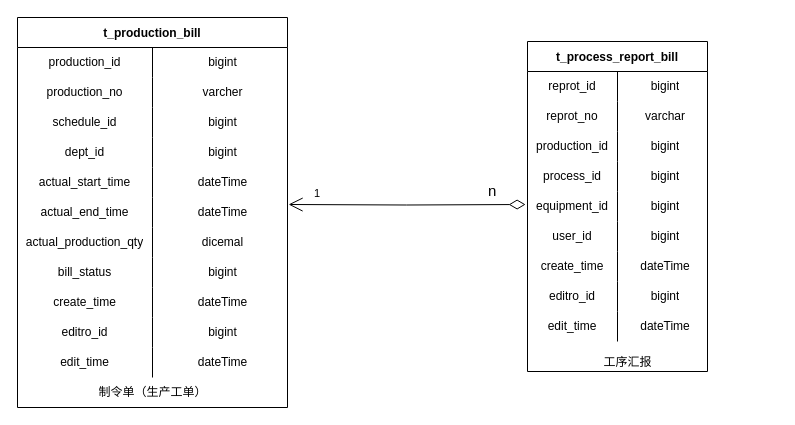
This is 制令单管理.drawio from KNAI-I/test, a draw.io file, before an edit. Source tidied: cells renumbered, new cells numbered last; positions are measured from the earlier drawing's top-left corner, leaving out a move shared by most shapes. Both pictures are drawn from the tidied source at 100%, with x=0, y=0 at pixel (17, 17).
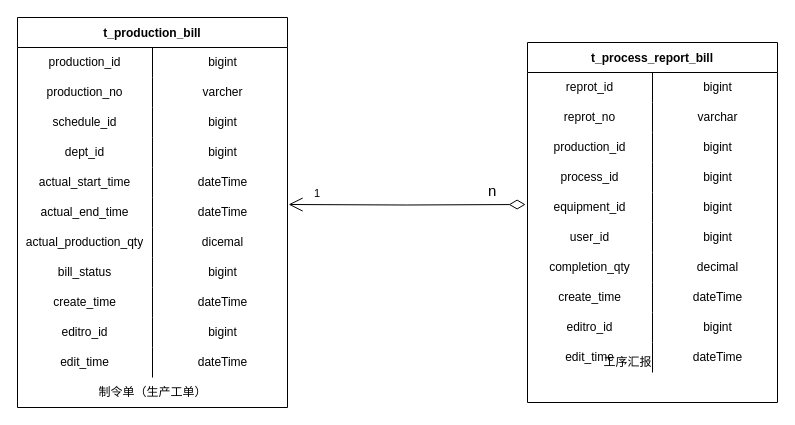
Above is the later version.

Commit message (it also covers changes not shown here):
更新制令单管理.drawio

Diff of the diagram source:
```diff
@@
     <mxCell id="40" value="t_process_report_bill" style="shape=table;startSize=30;childLayout=tableLayout;rowLines=0;fontStyle=1;" parent="1" vertex="1">
-      <mxGeometry x="510" y="24" width="180" height="330" as="geometry" />
+      <mxGeometry x="510" y="25" width="250" height="360" as="geometry" />
     </mxCell>
     <mxCell id="41" style="shape=tableRow;horizontal=0;startSize=0;swimlaneHead=0;swimlaneBody=0;top=0;left=0;bottom=0;right=0;fillColor=none;" parent="40" vertex="1">
-      <mxGeometry y="30" width="180" height="30" as="geometry" />
+      <mxGeometry y="30" width="250" height="30" as="geometry" />
     </mxCell>
     <mxCell id="42" value="reprot_id" style="shape=partialRectangle;html=1;whiteSpace=wrap;fillColor=none;top=0;left=0;bottom=0;right=0;overflow=hidden;" parent="41" vertex="1">
-      <mxGeometry width="90" height="30" as="geometry" />
+      <mxGeometry width="125" height="30" as="geometry" />
     </mxCell>
     <mxCell id="43" value="bigint" style="shape=partialRectangle;html=1;whiteSpace=wrap;fillColor=none;top=0;left=0;bottom=0;right=0;align=center;spacingLeft=6;overflow=hidden;" parent="41" vertex="1">
-      <mxGeometry x="90" width="90" height="30" as="geometry" />
+      <mxGeometry x="125" width="125" height="30" as="geometry" />
     </mxCell>
     <mxCell id="44" style="shape=tableRow;horizontal=0;startSize=0;swimlaneHead=0;swimlaneBody=0;top=0;left=0;bottom=0;right=0;fillColor=none;" parent="40" vertex="1">
-      <mxGeometry y="60" width="180" height="30" as="geometry" />
+      <mxGeometry y="60" width="250" height="30" as="geometry" />
     </mxCell>
     <mxCell id="45" value="reprot_no" style="shape=partialRectangle;html=1;whiteSpace=wrap;fillColor=none;top=0;left=0;bottom=0;right=0;overflow=hidden;" parent="44" vertex="1">
-      <mxGeometry width="90" height="30" as="geometry" />
+      <mxGeometry width="125" height="30" as="geometry" />
     </mxCell>
     <mxCell id="46" value="varchar" style="shape=partialRectangle;html=1;whiteSpace=wrap;fillColor=none;top=0;left=0;bottom=0;right=0;align=center;spacingLeft=6;overflow=hidden;" parent="44" vertex="1">
-      <mxGeometry x="90" width="90" height="30" as="geometry" />
+      <mxGeometry x="125" width="125" height="30" as="geometry" />
     </mxCell>
     <mxCell id="47" style="shape=tableRow;horizontal=0;startSize=0;swimlaneHead=0;swimlaneBody=0;top=0;left=0;bottom=0;right=0;fillColor=none;" parent="40" vertex="1">
-      <mxGeometry y="90" width="180" height="30" as="geometry" />
+      <mxGeometry y="90" width="250" height="30" as="geometry" />
     </mxCell>
     <mxCell id="48" value="production_id" style="shape=partialRectangle;html=1;whiteSpace=wrap;fillColor=none;top=0;left=0;bottom=0;right=0;overflow=hidden;" parent="47" vertex="1">
-      <mxGeometry width="90" height="30" as="geometry" />
+      <mxGeometry width="125" height="30" as="geometry" />
     </mxCell>
     <mxCell id="49" value="bigint" style="shape=partialRectangle;html=1;whiteSpace=wrap;fillColor=none;top=0;left=0;bottom=0;right=0;align=center;spacingLeft=6;overflow=hidden;" parent="47" vertex="1">
-      <mxGeometry x="90" width="90" height="30" as="geometry" />
+      <mxGeometry x="125" width="125" height="30" as="geometry" />
     </mxCell>
     <mxCell id="50" style="shape=tableRow;horizontal=0;startSize=0;swimlaneHead=0;swimlaneBody=0;top=0;left=0;bottom=0;right=0;fillColor=none;" parent="40" vertex="1">
-      <mxGeometry y="120" width="180" height="30" as="geometry" />
+      <mxGeometry y="120" width="250" height="30" as="geometry" />
     </mxCell>
     <mxCell id="51" value="process_id" style="shape=partialRectangle;html=1;whiteSpace=wrap;fillColor=none;top=0;left=0;bottom=0;right=0;overflow=hidden;" parent="50" vertex="1">
-      <mxGeometry width="90" height="30" as="geometry" />
+      <mxGeometry width="125" height="30" as="geometry" />
     </mxCell>
     <mxCell id="52" value="bigint" style="shape=partialRectangle;html=1;whiteSpace=wrap;fillColor=none;top=0;left=0;bottom=0;right=0;align=center;spacingLeft=6;overflow=hidden;" parent="50" vertex="1">
-      <mxGeometry x="90" width="90" height="30" as="geometry" />
+      <mxGeometry x="125" width="125" height="30" as="geometry" />
     </mxCell>
     <mxCell id="53" style="shape=tableRow;horizontal=0;startSize=0;swimlaneHead=0;swimlaneBody=0;top=0;left=0;bottom=0;right=0;fillColor=none;" parent="40" vertex="1">
-      <mxGeometry y="150" width="180" height="30" as="geometry" />
+      <mxGeometry y="150" width="250" height="30" as="geometry" />
     </mxCell>
     <mxCell id="54" value="equipment_id" style="shape=partialRectangle;html=1;whiteSpace=wrap;fillColor=none;top=0;left=0;bottom=0;right=0;overflow=hidden;" parent="53" vertex="1">
-      <mxGeometry width="90" height="30" as="geometry" />
+      <mxGeometry width="125" height="30" as="geometry" />
     </mxCell>
     <mxCell id="55" value="bigint" style="shape=partialRectangle;html=1;whiteSpace=wrap;fillColor=none;top=0;left=0;bottom=0;right=0;align=center;spacingLeft=6;overflow=hidden;" parent="53" vertex="1">
-      <mxGeometry x="90" width="90" height="30" as="geometry" />
+      <mxGeometry x="125" width="125" height="30" as="geometry" />
     </mxCell>
     <mxCell id="56" style="shape=tableRow;horizontal=0;startSize=0;swimlaneHead=0;swimlaneBody=0;top=0;left=0;bottom=0;right=0;fillColor=none;" parent="40" vertex="1">
-      <mxGeometry y="180" width="180" height="30" as="geometry" />
+      <mxGeometry y="180" width="250" height="30" as="geometry" />
     </mxCell>
     <mxCell id="57" value="user_id" style="shape=partialRectangle;html=1;whiteSpace=wrap;fillColor=none;top=0;left=0;bottom=0;right=0;overflow=hidden;" parent="56" vertex="1">
-      <mxGeometry width="90" height="30" as="geometry" />
+      <mxGeometry width="125" height="30" as="geometry" />
     </mxCell>
     <mxCell id="58" value="bigint" style="shape=partialRectangle;html=1;whiteSpace=wrap;fillColor=none;top=0;left=0;bottom=0;right=0;align=center;spacingLeft=6;overflow=hidden;" parent="56" vertex="1">
-      <mxGeometry x="90" width="90" height="30" as="geometry" />
+      <mxGeometry x="125" width="125" height="30" as="geometry" />
     </mxCell>
+    <mxCell id="69" style="shape=tableRow;horizontal=0;startSize=0;swimlaneHead=0;swimlaneBody=0;top=0;left=0;bottom=0;right=0;fillColor=none;" parent="40" vertex="1">
+      <mxGeometry y="210" width="250" height="30" as="geometry" />
+    </mxCell>
+    <mxCell id="70" value="completion_qty" style="shape=partialRectangle;html=1;whiteSpace=wrap;fillColor=none;top=0;left=0;bottom=0;right=0;overflow=hidden;" parent="69" vertex="1">
+      <mxGeometry width="125" height="30" as="geometry" />
+    </mxCell>
+    <mxCell id="71" value="decimal" style="shape=partialRectangle;html=1;whiteSpace=wrap;fillColor=none;top=0;left=0;bottom=0;right=0;align=center;spacingLeft=6;overflow=hidden;" parent="69" vertex="1">
+      <mxGeometry x="125" width="125" height="30" as="geometry" />
+    </mxCell>
     <mxCell id="59" style="shape=tableRow;horizontal=0;startSize=0;swimlaneHead=0;swimlaneBody=0;top=0;left=0;bottom=0;right=0;fillColor=none;" parent="40" vertex="1">
-      <mxGeometry y="210" width="180" height="30" as="geometry" />
+      <mxGeometry y="240" width="250" height="30" as="geometry" />
     </mxCell>
     <mxCell id="60" value="create_time" style="shape=partialRectangle;html=1;whiteSpace=wrap;fillColor=none;top=0;left=0;bottom=0;right=0;overflow=hidden;" parent="59" vertex="1">
-      <mxGeometry width="90" height="30" as="geometry" />
+      <mxGeometry width="125" height="30" as="geometry" />
     </mxCell>
     <mxCell id="61" value="dateTime" style="shape=partialRectangle;html=1;whiteSpace=wrap;fillColor=none;top=0;left=0;bottom=0;right=0;align=center;spacingLeft=6;overflow=hidden;" parent="59" vertex="1">
-      <mxGeometry x="90" width="90" height="30" as="geometry" />
+      <mxGeometry x="125" width="125" height="30" as="geometry" />
     </mxCell>
     <mxCell id="62" style="shape=tableRow;horizontal=0;startSize=0;swimlaneHead=0;swimlaneBody=0;top=0;left=0;bottom=0;right=0;fillColor=none;" parent="40" vertex="1">
-      <mxGeometry y="240" width="180" height="30" as="geometry" />
+      <mxGeometry y="270" width="250" height="30" as="geometry" />
     </mxCell>
     <mxCell id="63" value="editro_id" style="shape=partialRectangle;html=1;whiteSpace=wrap;fillColor=none;top=0;left=0;bottom=0;right=0;overflow=hidden;" parent="62" vertex="1">
-      <mxGeometry width="90" height="30" as="geometry" />
+      <mxGeometry width="125" height="30" as="geometry" />
     </mxCell>
     <mxCell id="64" value="bigint" style="shape=partialRectangle;html=1;whiteSpace=wrap;fillColor=none;top=0;left=0;bottom=0;right=0;align=center;spacingLeft=6;overflow=hidden;" parent="62" vertex="1">
-      <mxGeometry x="90" width="90" height="30" as="geometry" />
+      <mxGeometry x="125" width="125" height="30" as="geometry" />
     </mxCell>
     <mxCell id="65" style="shape=tableRow;horizontal=0;startSize=0;swimlaneHead=0;swimlaneBody=0;top=0;left=0;bottom=0;right=0;fillColor=none;" parent="40" vertex="1">
-      <mxGeometry y="270" width="180" height="30" as="geometry" />
+      <mxGeometry y="300" width="250" height="30" as="geometry" />
     </mxCell>
     <mxCell id="66" value="edit_time" style="shape=partialRectangle;html=1;whiteSpace=wrap;fillColor=none;top=0;left=0;bottom=0;right=0;overflow=hidden;" parent="65" vertex="1">
-      <mxGeometry width="90" height="30" as="geometry" />
+      <mxGeometry width="125" height="30" as="geometry" />
     </mxCell>
     <mxCell id="67" value="dateTime" style="shape=partialRectangle;html=1;whiteSpace=wrap;fillColor=none;top=0;left=0;bottom=0;right=0;align=center;spacingLeft=6;overflow=hidden;" parent="65" vertex="1">
-      <mxGeometry x="90" width="90" height="30" as="geometry" />
+      <mxGeometry x="125" width="125" height="30" as="geometry" />
     </mxCell>
```
